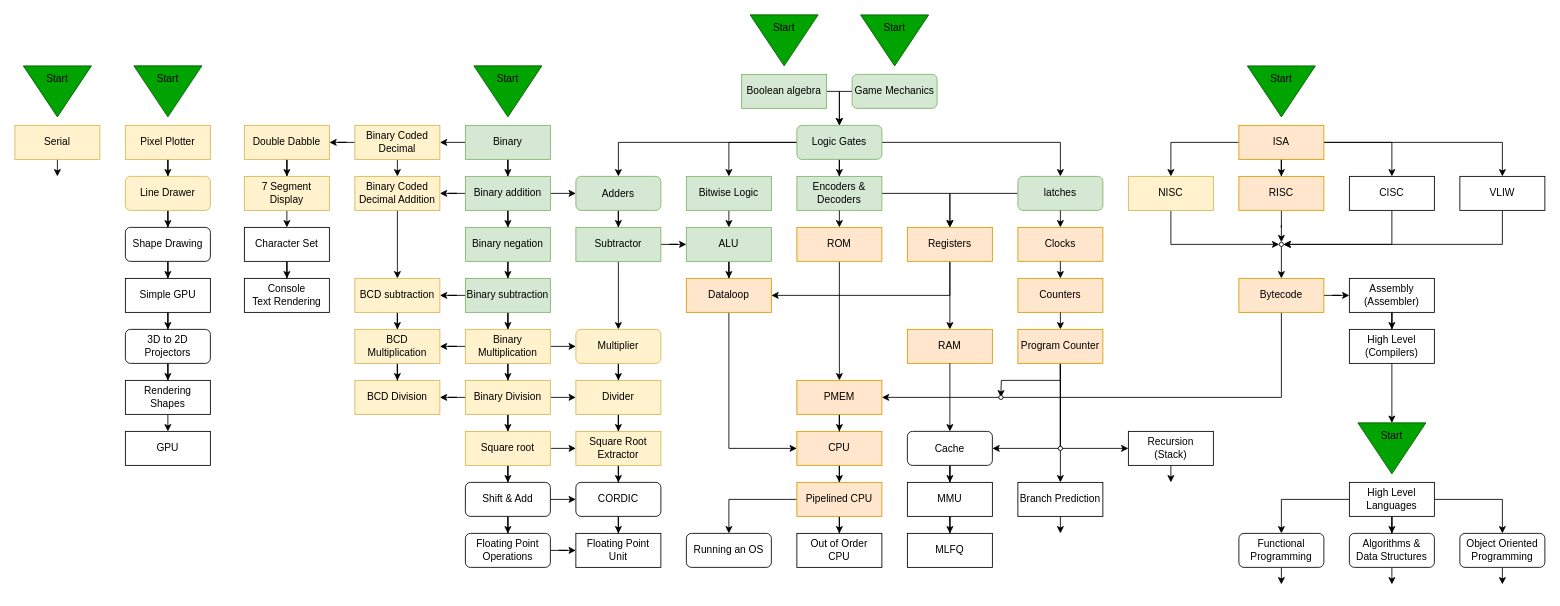
This is page "Knowledge Map" (1 of 8) of Lesson Diagram.drawio from Kuggo/UnivOREsity, a draw.io file, before an edit. Source tidied: cells renumbered, new cells numbered last; positions are measured from the earlier drawing's top-left corner, leaving out a move shared by most shapes. Both pictures are drawn from the tidied source at 85%, with x=0, y=0 at pixel (14, 6).
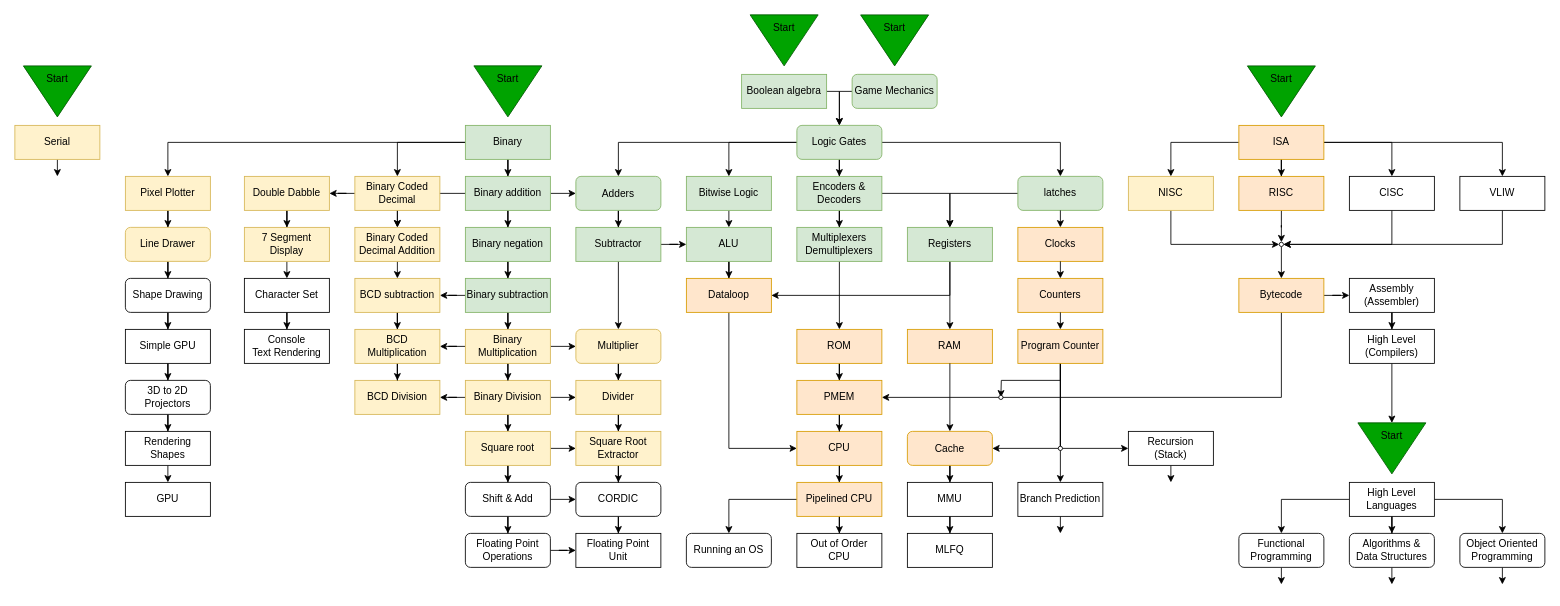
Above is the later version.

The change refers to these unchanged cells:
```xml
<mxCell id="4" value="Binary" style="rounded=0;whiteSpace=wrap;html=1;fillColor=#d5e8d4;strokeColor=#82b366;" parent="1" vertex="1">
  <mxGeometry x="530" y="140" width="100" height="40" as="geometry" />
</mxCell>
<mxCell id="26" value="Encoders &amp;amp;&lt;br&gt;Decoders" style="rounded=0;whiteSpace=wrap;html=1;fillColor=#d5e8d4;strokeColor=#82b366;" parent="1" vertex="1">
  <mxGeometry x="920" y="200" width="100" height="40" as="geometry" />
</mxCell>
```

The edit, as a diff of the source:
```diff
@@
-    <mxCell id="3" style="edgeStyle=orthogonalEdgeStyle;rounded=0;jettySize=auto;html=1;exitX=0;exitY=0.5;exitDx=0;exitDy=0;entryX=1;entryY=0.5;entryDx=0;entryDy=0;" parent="1" edge="1" source="4" target="119">
+    <mxCell id="3" style="rounded=0;jettySize=auto;html=1;exitX=0;exitY=0.5;exitDx=0;exitDy=0;entryX=0.5;entryY=0;entryDx=0;entryDy=0;edgeStyle=orthogonalEdgeStyle;" parent="1" edge="1" source="4" target="119">
       <mxGeometry relative="1" as="geometry" />
     </mxCell>
+    <mxCell id="180" style="edgeStyle=orthogonalEdgeStyle;rounded=0;jettySize=auto;html=1;entryX=0.5;entryY=0;entryDx=0;entryDy=0;" parent="1" edge="1" source="4" target="138">
+      <mxGeometry relative="1" as="geometry" />
+    </mxCell>
@@
+    <mxCell id="181" style="edgeStyle=orthogonalEdgeStyle;rounded=0;jettySize=auto;html=1;entryX=0.5;entryY=0;entryDx=0;entryDy=0;" parent="1" edge="1" source="26" target="183">
+      <mxGeometry relative="1" as="geometry" />
+    </mxCell>
@@
-    <mxCell id="27" style="endArrow=classic;html=1;rounded=0;fontSize=10;" parent="1" edge="1" source="26" target="40">
-      <mxGeometry x="-1" y="-100" relative="1" as="geometry">
-        <mxPoint y="-10" as="offset" />
-      </mxGeometry>
-    </mxCell>
@@
     <mxCell id="40" value="ROM" style="rounded=0;whiteSpace=wrap;html=1;fillColor=#ffe6cc;strokeColor=#d79b00;" parent="1" vertex="1">
-      <mxGeometry x="920" y="260" width="100" height="40" as="geometry" />
+      <mxGeometry x="920" y="380" width="100" height="40" as="geometry" />
     </mxCell>
@@
-    <mxCell id="45" value="Registers" style="rounded=0;whiteSpace=wrap;html=1;fillColor=#ffe6cc;strokeColor=#d79b00;" parent="1" vertex="1">
+    <mxCell id="45" value="Registers" style="rounded=0;whiteSpace=wrap;html=1;fillColor=#d5e8d4;strokeColor=#82b366;" parent="1" vertex="1">
       <mxGeometry x="1050" y="260" width="100" height="40" as="geometry" />
     </mxCell>
@@
-    <mxCell id="49" value="&lt;font style=&quot;font-size: 12px;&quot;&gt;Cache&lt;/font&gt;" style="rounded=1;whiteSpace=wrap;html=1;fontSize=14;" parent="1" vertex="1">
+    <mxCell id="49" value="&lt;font style=&quot;font-size: 12px;&quot;&gt;Cache&lt;/font&gt;" style="rounded=1;whiteSpace=wrap;html=1;fontSize=14;fillColor=#ffe6cc;strokeColor=#d79b00;" parent="1" vertex="1">
       <mxGeometry x="1050" y="500" width="100" height="40" as="geometry" />
     </mxCell>
@@
     <mxCell id="119" value="Binary Coded&lt;br&gt;Decimal" style="rounded=0;whiteSpace=wrap;html=1;fillColor=#fff2cc;strokeColor=#d6b656;" parent="1" vertex="1">
-      <mxGeometry x="400" y="140" width="100" height="40" as="geometry" />
+      <mxGeometry x="400" y="200" width="100" height="40" as="geometry" />
     </mxCell>
@@
     <mxCell id="121" value="Double Dabble" style="rounded=0;whiteSpace=wrap;html=1;fillColor=#fff2cc;strokeColor=#d6b656;" parent="1" vertex="1">
-      <mxGeometry x="270" y="140" width="100" height="40" as="geometry" />
+      <mxGeometry x="270" y="200" width="100" height="40" as="geometry" />
     </mxCell>
@@
     <mxCell id="134" value="7 Segment&lt;br&gt;Display" style="rounded=0;whiteSpace=wrap;html=1;fillColor=#fff2cc;strokeColor=#d6b656;" parent="1" vertex="1">
-      <mxGeometry x="270" y="200" width="100" height="40" as="geometry" />
+      <mxGeometry x="270" y="260" width="100" height="40" as="geometry" />
     </mxCell>
@@
     <mxCell id="136" value="Character Set" style="rounded=0;whiteSpace=wrap;html=1;" parent="1" vertex="1">
-      <mxGeometry x="270" y="260" width="100" height="40" as="geometry" />
+      <mxGeometry x="270" y="320" width="100" height="40" as="geometry" />
     </mxCell>
@@
     <mxCell id="138" value="Pixel Plotter" style="rounded=0;whiteSpace=wrap;html=1;fillColor=#fff2cc;strokeColor=#d6b656;" parent="1" vertex="1">
-      <mxGeometry x="130" y="140" width="100" height="40" as="geometry" />
+      <mxGeometry x="130" y="200" width="100" height="40" as="geometry" />
     </mxCell>
@@
     <mxCell id="140" value="Line Drawer" style="rounded=1;whiteSpace=wrap;html=1;fillColor=#fff2cc;strokeColor=#d6b656;" parent="1" vertex="1">
-      <mxGeometry x="130" y="200" width="100" height="40" as="geometry" />
+      <mxGeometry x="130" y="260" width="100" height="40" as="geometry" />
     </mxCell>
@@
     <mxCell id="142" value="Shape Drawing" style="rounded=1;whiteSpace=wrap;html=1;" parent="1" vertex="1">
-      <mxGeometry x="130" y="260" width="100" height="40" as="geometry" />
+      <mxGeometry x="130" y="320" width="100" height="40" as="geometry" />
     </mxCell>
@@
     <mxCell id="144" value="Simple GPU" style="rounded=0;whiteSpace=wrap;html=1;" parent="1" vertex="1">
-      <mxGeometry x="130" y="320" width="100" height="40" as="geometry" />
+      <mxGeometry x="130" y="380" width="100" height="40" as="geometry" />
     </mxCell>
     <mxCell id="145" value="Console&lt;br&gt;Text Rendering" style="rounded=0;whiteSpace=wrap;html=1;" parent="1" vertex="1">
-      <mxGeometry x="270" y="320" width="100" height="40" as="geometry" />
+      <mxGeometry x="270" y="380" width="100" height="40" as="geometry" />
     </mxCell>
@@
     <mxCell id="147" value="3D to 2D&lt;br&gt;Projectors" style="rounded=1;whiteSpace=wrap;html=1;" parent="1" vertex="1">
-      <mxGeometry x="130" y="380" width="100" height="40" as="geometry" />
+      <mxGeometry x="130" y="440" width="100" height="40" as="geometry" />
     </mxCell>
@@
     <mxCell id="149" value="Rendering Shapes" style="rounded=0;whiteSpace=wrap;html=1;" parent="1" vertex="1">
-      <mxGeometry x="130" y="440" width="100" height="40" as="geometry" />
+      <mxGeometry x="130" y="500" width="100" height="40" as="geometry" />
     </mxCell>
     <mxCell id="150" value="GPU" style="rounded=0;whiteSpace=wrap;html=1;" parent="1" vertex="1">
-      <mxGeometry x="130" y="500" width="100" height="40" as="geometry" />
+      <mxGeometry x="130" y="560" width="100" height="40" as="geometry" />
     </mxCell>
@@
-    <mxCell id="156" style="triangle;whiteSpace=wrap;html=1;rotation=90;fillColor=#00A300;strokeColor=#005700;fontColor=#ffffff;" parent="1" vertex="1">
-      <mxGeometry x="150" y="60" width="60" height="80" as="geometry" />
-    </mxCell>
-    <mxCell id="157" value="Start" style="text;html=1;strokeColor=none;fillColor=none;align=center;verticalAlign=middle;whiteSpace=wrap;rounded=0;" parent="1" vertex="1">
-      <mxGeometry x="150" y="70" width="60" height="30" as="geometry" />
-    </mxCell>
@@
     <mxCell id="168" value="Binary Coded&lt;br&gt;Decimal Addition" style="rounded=0;whiteSpace=wrap;html=1;fillColor=#fff2cc;strokeColor=#d6b656;" parent="1" vertex="1">
-      <mxGeometry x="400" y="200" width="100" height="40" as="geometry" />
+      <mxGeometry x="400" y="260" width="100" height="40" as="geometry" />
     </mxCell>
@@
+    <mxCell id="182" style="edgeStyle=orthogonalEdgeStyle;rounded=0;jettySize=auto;html=1;entryX=0.5;entryY=0;entryDx=0;entryDy=0;" parent="1" edge="1" source="183" target="40">
+      <mxGeometry relative="1" as="geometry" />
+    </mxCell>
+    <mxCell id="183" value="Multiplexers&lt;br&gt;Demultiplexers" style="rounded=0;whiteSpace=wrap;html=1;fillColor=#d5e8d4;strokeColor=#82b366;" parent="1" vertex="1">
+      <mxGeometry x="920" y="260" width="100" height="40" as="geometry" />
+    </mxCell>
```
